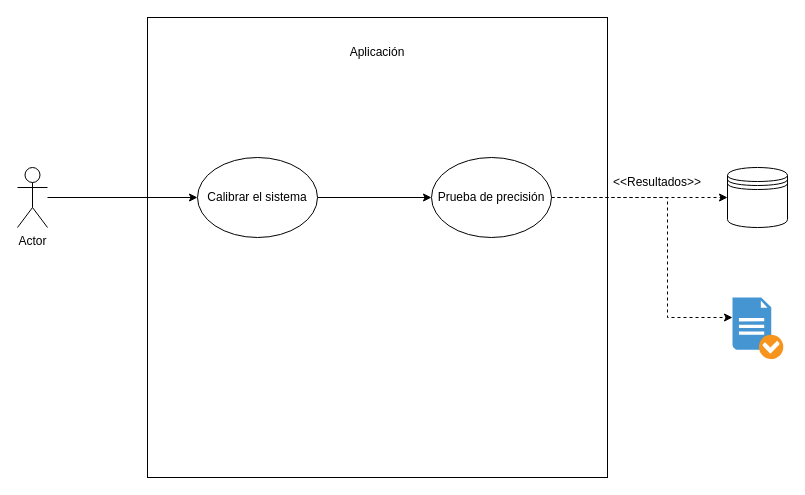
Before: page "Prueba de precisión" (2 of 7) of use cases/Diagrama sin título.drawio in sergiosant02/TFG-pupil-detection, a draw.io diagram. Source tidied: cells renumbered, new cells numbered last; positions are measured from the earlier drawing's top-left corner, leaving out a move shared by most shapes. Both pictures are drawn from the tidied source at 100%, with x=0, y=0 at pixel (17, 17).
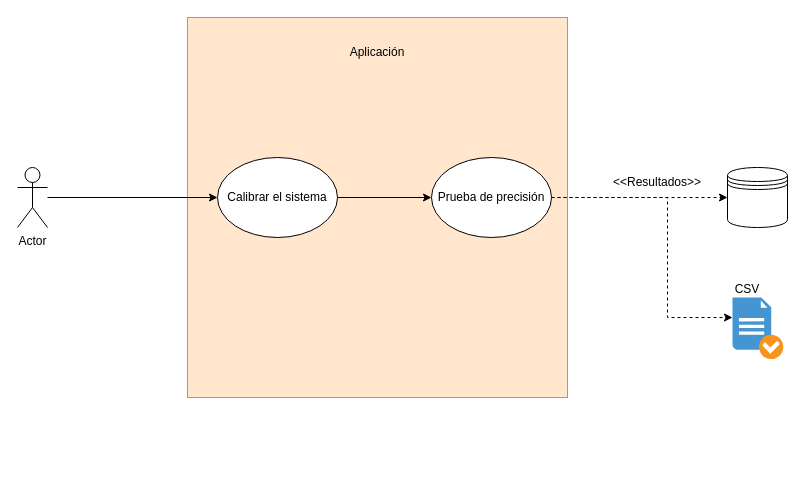
Above is the later version.

The edit, as a diff of the source:
```diff
@@
 <mxGraphModel>
   <root>
     <mxCell id="0" />
     <mxCell id="1" parent="0" />
-    <mxCell id="2" style="whiteSpace=wrap;html=1;" parent="1" vertex="1">
-      <mxGeometry x="130" width="460" height="460" as="geometry" />
+    <mxCell id="2" style="whiteSpace=wrap;html=1;fillColor=#ffe6cc;strokeColor=#d79b00;" parent="1" vertex="1">
+      <mxGeometry x="170" width="380" height="380" as="geometry" />
     </mxCell>
     <mxCell id="3" style="edgeStyle=orthogonalEdgeStyle;rounded=0;jettySize=auto;html=1;" parent="1" edge="1" source="4" target="6">
       <mxGeometry relative="1" as="geometry" />
     </mxCell>
     <mxCell id="4" value="Actor" style="shape=umlActor;verticalLabelPosition=bottom;verticalAlign=top;html=1;outlineConnect=0;" parent="1" vertex="1">
       <mxGeometry y="150" width="30" height="60" as="geometry" />
     </mxCell>
     <mxCell id="5" style="edgeStyle=orthogonalEdgeStyle;rounded=0;jettySize=auto;html=1;" parent="1" edge="1" source="6" target="10">
       <mxGeometry relative="1" as="geometry" />
     </mxCell>
     <mxCell id="6" value="Calibrar el sistema" style="ellipse;whiteSpace=wrap;html=1;" parent="1" vertex="1">
-      <mxGeometry x="180" y="140" width="120" height="80" as="geometry" />
+      <mxGeometry x="200" y="140" width="120" height="80" as="geometry" />
     </mxCell>
     <mxCell id="7" value="Aplicación" style="text;html=1;align=center;verticalAlign=middle;whiteSpace=wrap;rounded=0;" parent="1" vertex="1">
       <mxGeometry x="295" y="20" width="130" height="30" as="geometry" />
     </mxCell>
     <mxCell id="8" style="edgeStyle=orthogonalEdgeStyle;rounded=0;jettySize=auto;html=1;entryX=0;entryY=0.5;entryDx=0;entryDy=0;dashed=1;" parent="1" edge="1" source="10" target="11">
       <mxGeometry relative="1" as="geometry" />
     </mxCell>
     <mxCell id="9" style="edgeStyle=orthogonalEdgeStyle;rounded=0;jettySize=auto;html=1;dashed=1;" parent="1" edge="1" source="10" target="12">
       <mxGeometry relative="1" as="geometry">
         <Array as="points">
           <mxPoint x="650" y="180" />
           <mxPoint x="650" y="300" />
         </Array>
       </mxGeometry>
     </mxCell>
     <mxCell id="10" value="Prueba de precisión" style="ellipse;whiteSpace=wrap;html=1;" parent="1" vertex="1">
       <mxGeometry x="414" y="140" width="120" height="80" as="geometry" />
     </mxCell>
     <mxCell id="11" style="shape=datastore;whiteSpace=wrap;html=1;" parent="1" vertex="1">
       <mxGeometry x="710" y="150" width="60" height="60" as="geometry" />
     </mxCell>
     <mxCell id="12" style="shadow=0;dashed=0;html=1;strokeColor=none;fillColor=#4495D1;labelPosition=center;verticalLabelPosition=bottom;verticalAlign=top;align=center;outlineConnect=0;shape=mxgraph.veeam.checked_doc;" parent="1" vertex="1">
       <mxGeometry x="715" y="280" width="50.8" height="61.6" as="geometry" />
     </mxCell>
     <mxCell id="13" value="&amp;lt;&amp;lt;Resultados&amp;gt;&amp;gt;" style="text;html=1;align=center;verticalAlign=middle;whiteSpace=wrap;rounded=0;" parent="1" vertex="1">
       <mxGeometry x="610" y="150" width="60" height="30" as="geometry" />
     </mxCell>
+    <mxCell id="14" value="CSV" style="text;html=1;align=center;verticalAlign=middle;whiteSpace=wrap;rounded=0;" parent="1" vertex="1">
+      <mxGeometry x="700" y="257" width="60" height="30" as="geometry" />
+    </mxCell>
   </root>
 </mxGraphModel>
```
